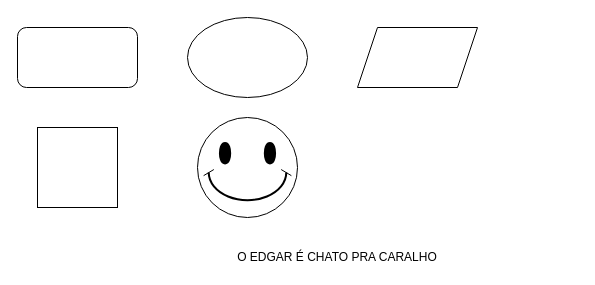
Above: demo123.drawio in albmvas/edgar (draw.io), before the change. Source tidied: cells renumbered, new cells numbered last; positions are measured from the earlier drawing's top-left corner, leaving out a move shared by most shapes. Both pictures are drawn from the tidied source at 100%, with x=0, y=0 at pixel (17, 17).
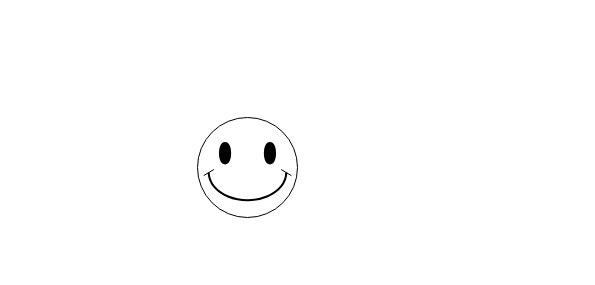
Above is the later version.

The edit, as a diff of the source:
```diff
@@
 <mxGraphModel>
   <root>
     <mxCell id="0" />
     <mxCell id="1" parent="0" />
-    <mxCell id="2" style="rounded=1;whiteSpace=wrap;html=1;" parent="1" vertex="1">
-      <mxGeometry y="10" width="120" height="60" as="geometry" />
-    </mxCell>
-    <mxCell id="3" style="ellipse;whiteSpace=wrap;html=1;" parent="1" vertex="1">
-      <mxGeometry x="170" width="120" height="80" as="geometry" />
-    </mxCell>
-    <mxCell id="4" style="shape=parallelogram;perimeter=parallelogramPerimeter;whiteSpace=wrap;html=1;fixedSize=1;" parent="1" vertex="1">
-      <mxGeometry x="340" y="10" width="120" height="60" as="geometry" />
-    </mxCell>
-    <mxCell id="5" style="whiteSpace=wrap;html=1;" parent="1" vertex="1">
-      <mxGeometry x="20" y="110" width="80" height="80" as="geometry" />
-    </mxCell>
     <mxCell id="6" style="verticalLabelPosition=bottom;verticalAlign=top;html=1;shape=mxgraph.basic.smiley;" parent="1" vertex="1">
       <mxGeometry x="180" y="100" width="100" height="100" as="geometry" />
     </mxCell>
-    <mxCell id="7" value="O EDGAR É CHATO PRA CARALHO" style="text;html=1;strokeColor=none;fillColor=none;align=center;verticalAlign=middle;whiteSpace=wrap;rounded=0;" parent="1" vertex="1">
-      <mxGeometry x="80" y="230" width="480" height="20" as="geometry" />
-    </mxCell>
   </root>
 </mxGraphModel>
```
